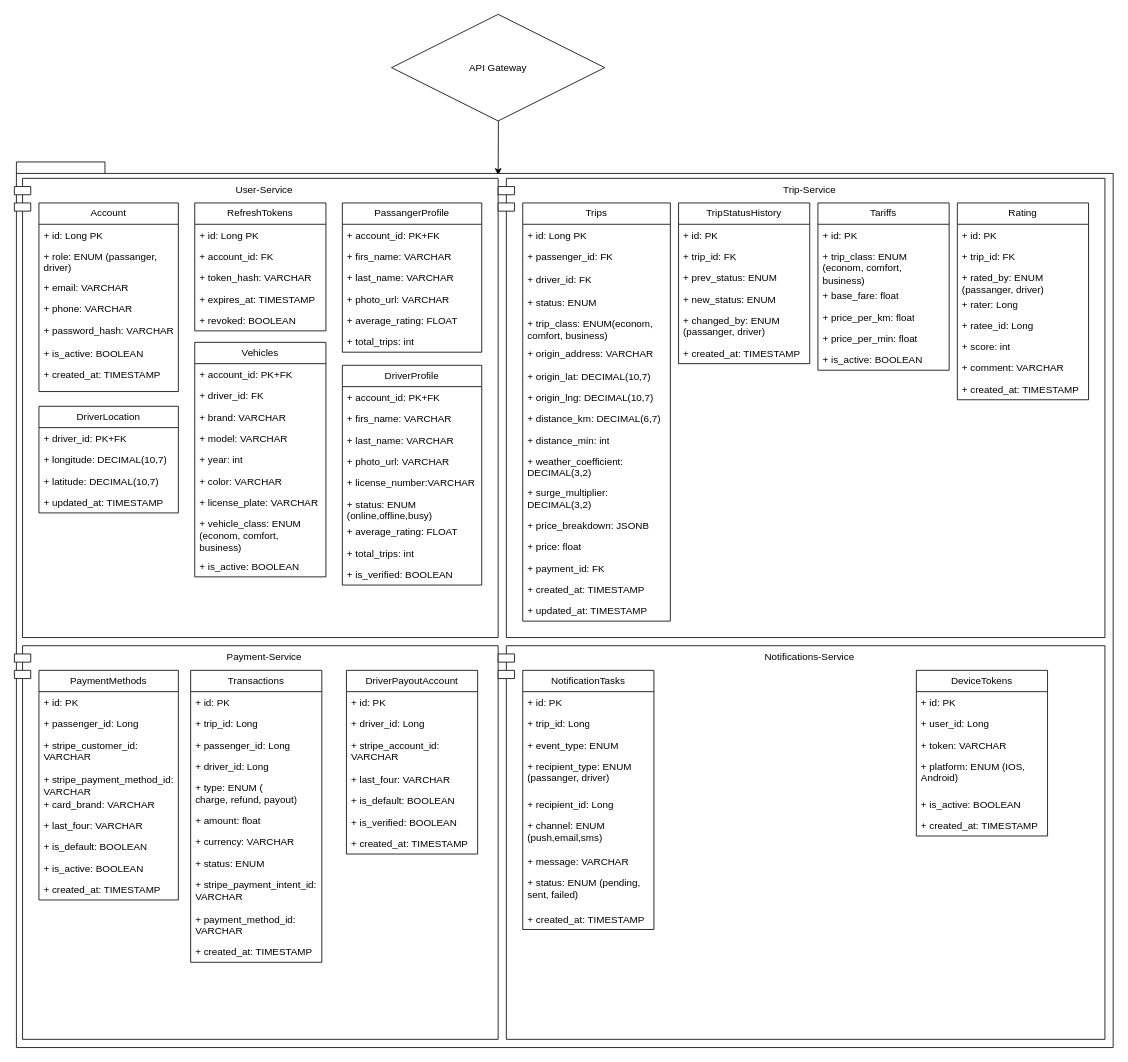
This is docs/backend/База данных.drawio from Ziragon/Taxi-App, a draw.io file, before an edit. Source tidied: cells renumbered, new cells numbered last; positions are measured from the earlier drawing's top-left corner, leaving out a move shared by most shapes. Both pictures are drawn from the tidied source at 82%, with x=0, y=0 at pixel (14, 14).
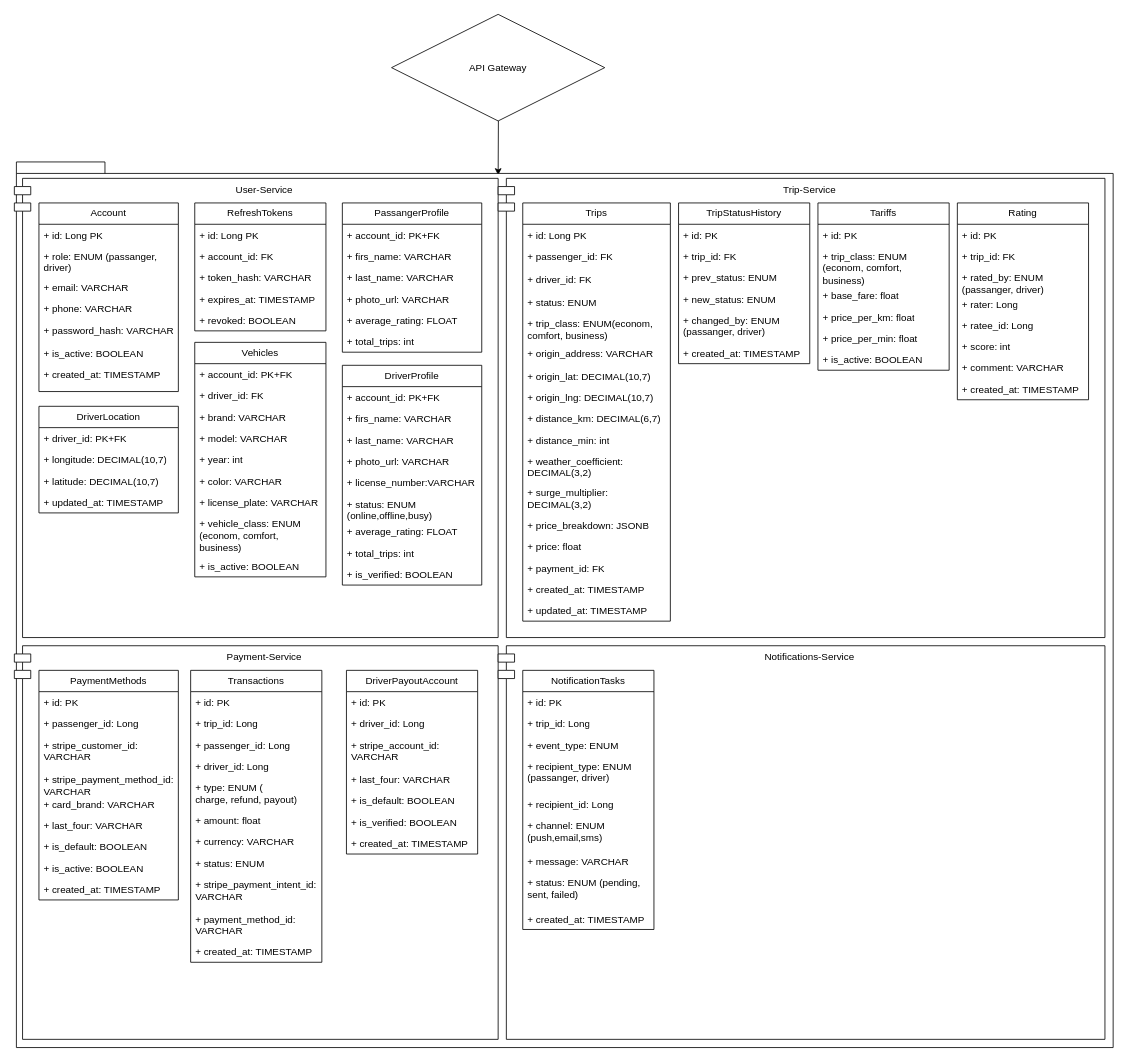
The same page after the edit.

What changed in the source:
```diff
@@
-    <mxCell id="136" value="DeviceTokens" style="swimlane;fontStyle=0;horizontal=1;startSize=26;fillColor=none;whiteSpace=wrap;html=1;" parent="1" vertex="1">
-      <mxGeometry x="1100" y="800" width="160" height="202" as="geometry" />
-    </mxCell>
-    <mxCell id="137" value="+ id: PK" style="text;strokeColor=none;fillColor=none;align=left;verticalAlign=top;spacingLeft=4;spacingRight=4;overflow=hidden;whiteSpace=wrap;html=1;" parent="136" vertex="1">
-      <mxGeometry y="26" width="160" height="26" as="geometry" />
-    </mxCell>
-    <mxCell id="138" value="+ user_id: Long" style="text;strokeColor=none;fillColor=none;align=left;verticalAlign=top;spacingLeft=4;spacingRight=4;overflow=hidden;whiteSpace=wrap;html=1;" parent="136" vertex="1">
-      <mxGeometry y="52" width="160" height="26" as="geometry" />
-    </mxCell>
-    <mxCell id="139" value="+ token: VARCHAR" style="text;strokeColor=none;fillColor=none;align=left;verticalAlign=top;spacingLeft=4;spacingRight=4;overflow=hidden;whiteSpace=wrap;html=1;" parent="136" vertex="1">
-      <mxGeometry y="78" width="160" height="26" as="geometry" />
-    </mxCell>
-    <mxCell id="140" value="+ platform: ENUM (IOS, Android)" style="text;strokeColor=none;fillColor=none;align=left;verticalAlign=top;spacingLeft=4;spacingRight=4;overflow=hidden;whiteSpace=wrap;html=1;" parent="136" vertex="1">
-      <mxGeometry y="104" width="160" height="46" as="geometry" />
-    </mxCell>
-    <mxCell id="141" value="+ is_active: BOOLEAN" style="text;strokeColor=none;fillColor=none;align=left;verticalAlign=top;spacingLeft=4;spacingRight=4;overflow=hidden;whiteSpace=wrap;html=1;" parent="136" vertex="1">
-      <mxGeometry y="150" width="160" height="26" as="geometry" />
-    </mxCell>
-    <mxCell id="142" value="+ created_at: TIMESTAMP" style="text;strokeColor=none;fillColor=none;align=left;verticalAlign=top;spacingLeft=4;spacingRight=4;overflow=hidden;whiteSpace=wrap;html=1;" parent="136" vertex="1">
-      <mxGeometry y="176" width="160" height="26" as="geometry" />
-    </mxCell>
```
